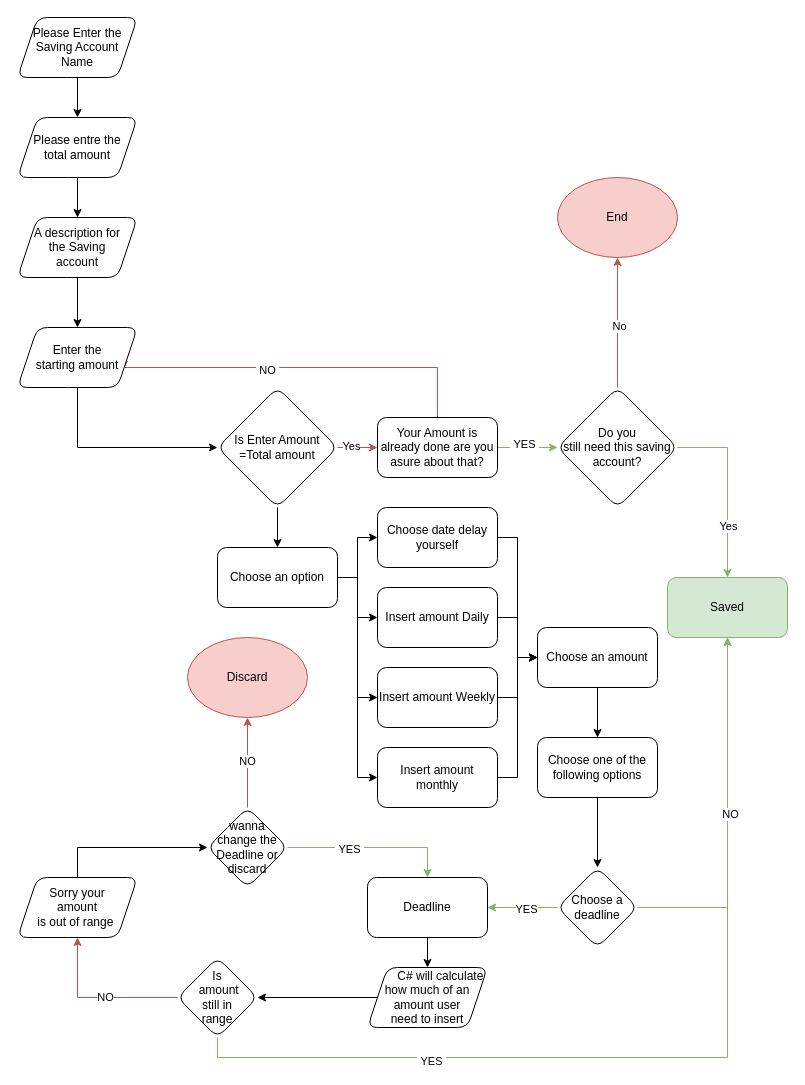
Earlier version of the draw.io diagram Database/SavingFlowchart.drawio (Shazil0204/Nordic-Nest). Source tidied: cells renumbered, new cells numbered last; positions are measured from the earlier drawing's top-left corner, leaving out a move shared by most shapes. Both pictures are drawn from the tidied source at 100%, with x=0, y=0 at pixel (17, 17).
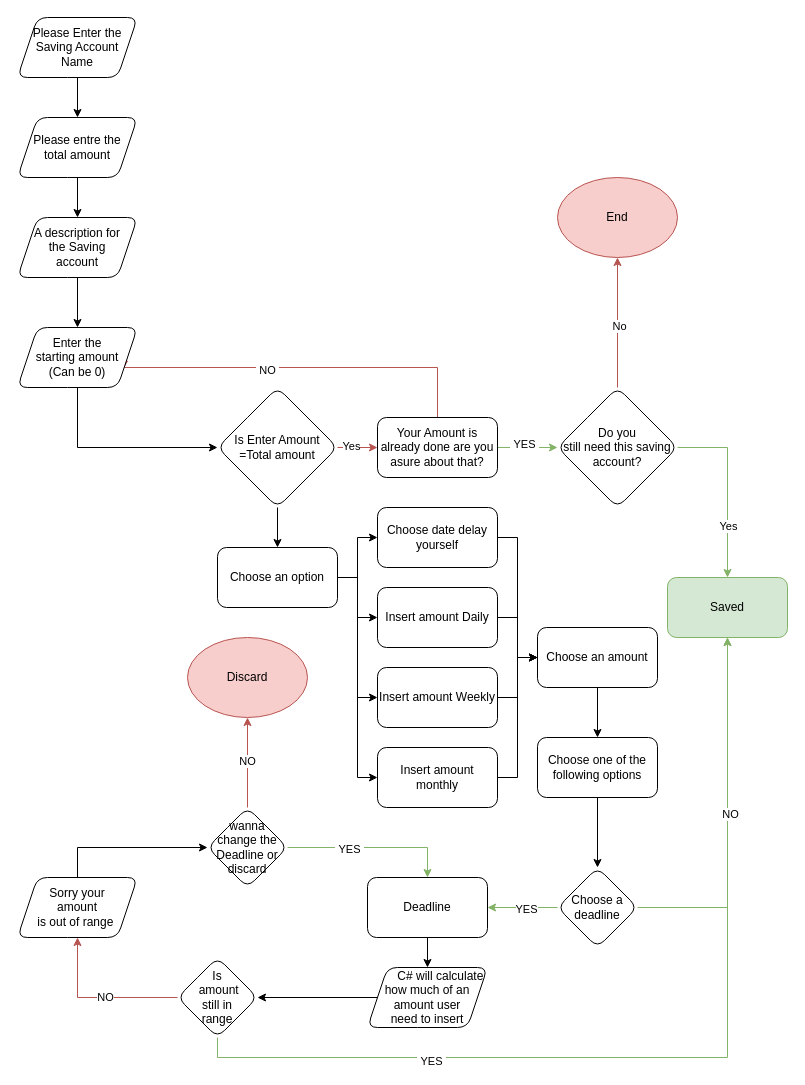
Above is the later version.

The edit, as a diff of the source:
```diff
@@
-    <mxCell id="58" value="Enter the&lt;br style=&quot;border-color: var(--border-color);&quot;&gt;starting amount" style="shape=parallelogram;perimeter=parallelogramPerimeter;whiteSpace=wrap;html=1;fixedSize=1;rounded=1;" parent="1" vertex="1">
+    <mxCell id="58" value="Enter the&lt;br style=&quot;border-color: var(--border-color);&quot;&gt;starting amount&lt;br&gt;(Can be 0)" style="shape=parallelogram;perimeter=parallelogramPerimeter;whiteSpace=wrap;html=1;fixedSize=1;rounded=1;" parent="1" vertex="1">
       <mxGeometry y="310" width="120" height="60" as="geometry" />
     </mxCell>
```
